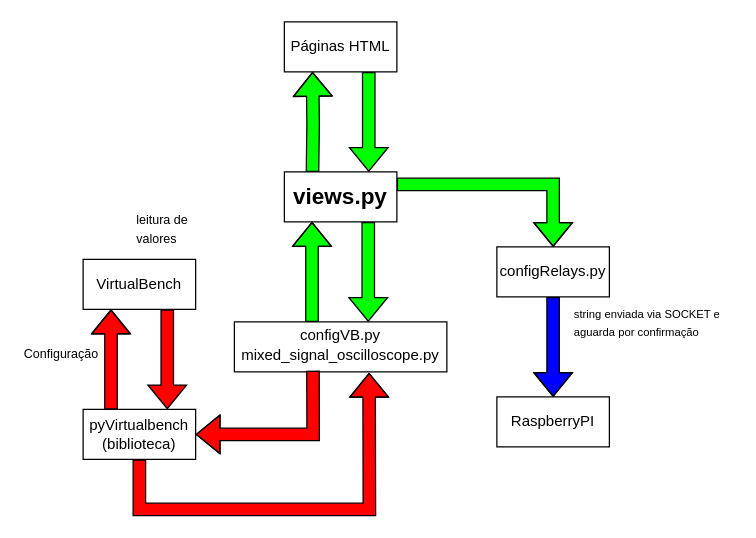
Above: diagramas/Diagrama_simplificado.drawio in eddygrinder/LaRE (draw.io), before the change. Source tidied: cells renumbered, new cells numbered last; positions are measured from the earlier drawing's top-left corner, leaving out a move shared by most shapes. Both pictures are drawn from the tidied source at 125%, with x=0, y=0 at pixel (21, 21).
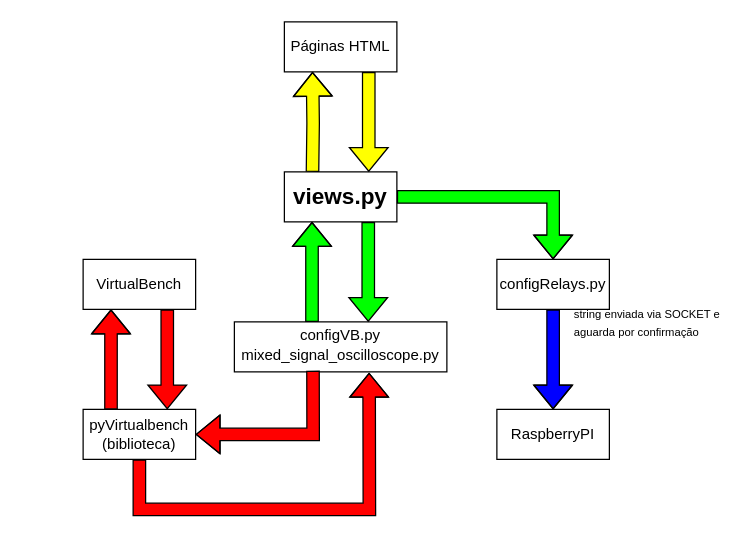
The same page after the edit.

The change refers to these unchanged cells:
```xml
<mxCell id="2" value="Páginas HTML" style="rounded=0;whiteSpace=wrap;html=1;" parent="1" vertex="1">
  <mxGeometry x="210" width="90" height="40" as="geometry" />
</mxCell>
<mxCell id="3" value="&lt;b&gt;&lt;font style=&quot;font-size: 18px;&quot;&gt;views.py&lt;/font&gt;&lt;/b&gt;" style="rounded=0;whiteSpace=wrap;html=1;points=[[0,0,0,0,0],[0,0.25,0,0,0],[0,0.5,0,0,0],[0,0.75,0,0,0],[0,1,0,0,0],[0.14,0.99,0,0,0],[0.25,0,0,0,0],[0.25,1,0,0,0],[0.5,0,0,0,0],[0.5,1,0,0,0],[0.75,0,0,0,0],[0.75,1,0,0,0],[0.89,0.99,0,0,0],[1,0,0,0,0],[1,0.25,0,0,0],[1,0.5,0,0,0],[1,0.75,0,0,0],[1,1,0,0,0]];" parent="1" vertex="1">
  <mxGeometry x="210" y="120" width="90" height="40" as="geometry" />
</mxCell>
```

The edit, as a diff of the source:
```diff
@@
-    <mxCell id="4" style="shape=flexArrow;endArrow=classic;html=1;rounded=0;exitX=0.75;exitY=1;exitDx=0;exitDy=0;entryX=0.75;entryY=0;entryDx=0;entryDy=0;fillColor=#00FF00;entryPerimeter=0;" parent="1" edge="1" source="2" target="3">
+    <mxCell id="4" style="shape=flexArrow;endArrow=classic;html=1;rounded=0;exitX=0.75;exitY=1;exitDx=0;exitDy=0;entryX=0.75;entryY=0;entryDx=0;entryDy=0;fillColor=#FFFF00;entryPerimeter=0;" parent="1" edge="1" source="2" target="3">
       <mxGeometry relative="1" as="geometry" />
     </mxCell>
@@
     <mxCell id="7" value="RaspberryPI" style="whiteSpace=wrap;html=1;rounded=0;align=center;" parent="1" vertex="1">
-      <mxGeometry x="380" y="300" width="90" height="40" as="geometry" />
+      <mxGeometry x="380" y="310" width="90" height="40" as="geometry" />
     </mxCell>
@@
-    <mxCell id="10" style="shape=flexArrow;endArrow=classic;html=1;rounded=0;exitX=1;exitY=0.25;exitDx=0;exitDy=0;entryX=0.5;entryY=0;entryDx=0;entryDy=0;exitPerimeter=0;fillColor=#00FF00;" parent="1" edge="1" source="3" target="16">
+    <mxCell id="10" style="shape=flexArrow;endArrow=classic;html=1;rounded=0;exitX=1;exitY=0.5;exitDx=0;exitDy=0;entryX=0.5;entryY=0;entryDx=0;entryDy=0;exitPerimeter=0;fillColor=#00FF00;" parent="1" edge="1" source="3" target="16">
       <mxGeometry relative="1" as="geometry">
         <Array as="points">
-          <mxPoint x="425" y="130" />
+          <mxPoint x="425" y="140" />
         </Array>
       </mxGeometry>
     </mxCell>
-    <mxCell id="11" style="shape=flexArrow;endArrow=classic;html=1;rounded=0;entryX=0.25;entryY=1;entryDx=0;entryDy=0;exitX=0.25;exitY=0;exitDx=0;exitDy=0;exitPerimeter=0;fillColor=#00FF00;" parent="1" edge="1" source="3" target="2">
+    <mxCell id="11" style="shape=flexArrow;endArrow=classic;html=1;rounded=0;entryX=0.25;entryY=1;entryDx=0;entryDy=0;fillColor=#FFFF00;exitX=0.25;exitY=0;exitDx=0;exitDy=0;exitPerimeter=0;" parent="1" edge="1" source="3" target="2">
       <mxGeometry relative="1" as="geometry">
         <Array as="points">
           <mxPoint x="233" y="81" />
         </Array>
       </mxGeometry>
     </mxCell>
@@
     <mxCell id="16" value="&lt;div&gt;configRelays.py&lt;/div&gt;" style="whiteSpace=wrap;html=1;rounded=0;align=center;strokeColor=#000000;" parent="1" vertex="1">
-      <mxGeometry x="380" y="180" width="90" height="40" as="geometry" />
+      <mxGeometry x="380" y="190" width="90" height="40" as="geometry" />
     </mxCell>
@@
-    <mxCell id="20" value="&lt;font size=&quot;1&quot;&gt;Configuração&lt;/font&gt;" style="text;html=1;align=left;verticalAlign=middle;whiteSpace=wrap;rounded=0;" parent="1" vertex="1">
-      <mxGeometry y="250" width="60" height="30" as="geometry" />
-    </mxCell>
-    <mxCell id="21" value="&lt;font size=&quot;1&quot;&gt;leitura de valores&lt;/font&gt;" style="text;html=1;align=left;verticalAlign=middle;whiteSpace=wrap;rounded=0;" parent="1" vertex="1">
-      <mxGeometry x="90" y="150" width="60" height="30" as="geometry" />
-    </mxCell>
```
